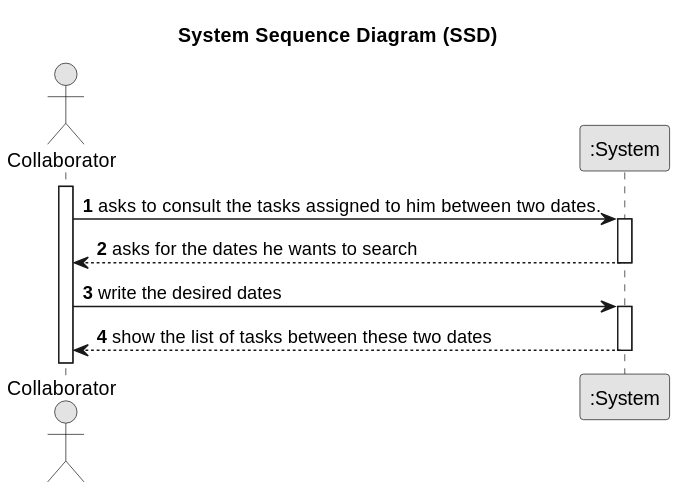
Departamento-de-Engenharia-Informatica/lei-24-s2-1do-g164 keeps this PlantUML diagram as docs/sprintC/us028/01.requirements-engineering/svg/us028-system-sequence-diagram-System_Sequence_Diagram__SSD_.svg. Above is the earlier version.
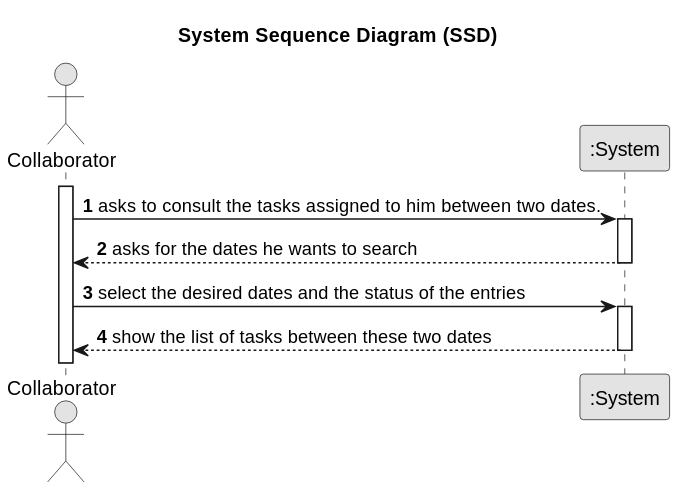
Later version of the same file.

Change to the diagram source:
```diff
@@ -18,7 +18,7 @@
 
         System --> Employee : asks for the dates he wants to search
     deactivate System
-        Employee -> System :write the desired dates
+        Employee -> System :select the desired dates and the status of the entries
 
         activate System
 
```
